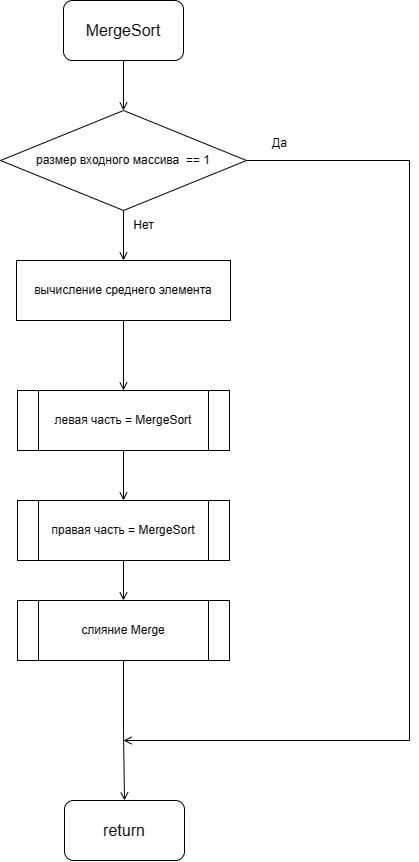
Before: Diagrams/MergeSortpng.png, a diagram exported from draw.io (alrx31/ExamineConstructor). Source tidied: cells renumbered, new cells last; positions are measured from the earlier drawing's top-left corner, leaving out a move shared by most shapes. Its diagram source:
```xml
<mxGraphModel>
  <root>
    <mxCell id="0" />
    <mxCell id="1" parent="0" />
    <mxCell id="2" style="edgeStyle=orthogonalEdgeStyle;rounded=0;jettySize=auto;html=1;endArrow=open;endFill=0;" parent="1" edge="1" source="3" target="6">
      <mxGeometry relative="1" as="geometry" />
    </mxCell>
    <mxCell id="3" value="&lt;font style=&quot;font-size: 16px;&quot;&gt;MergeSort&lt;/font&gt;" style="rounded=1;whiteSpace=wrap;html=1;" parent="1" vertex="1">
      <mxGeometry x="63" width="120" height="60" as="geometry" />
    </mxCell>
    <mxCell id="4" style="edgeStyle=orthogonalEdgeStyle;rounded=0;jettySize=auto;html=1;exitX=1;exitY=0.5;exitDx=0;exitDy=0;endArrow=open;endFill=0;" parent="1" edge="1" source="6">
      <mxGeometry relative="1" as="geometry">
        <mxPoint x="123" y="740" as="targetPoint" />
        <Array as="points">
          <mxPoint x="409" y="160" />
          <mxPoint x="409" y="740" />
          <mxPoint x="123" y="740" />
        </Array>
      </mxGeometry>
    </mxCell>
    <mxCell id="5" style="edgeStyle=orthogonalEdgeStyle;rounded=0;jettySize=auto;html=1;endArrow=open;endFill=0;" parent="1" edge="1" source="6" target="10">
      <mxGeometry relative="1" as="geometry" />
    </mxCell>
    <mxCell id="6" value="размер входного массива&amp;nbsp; == 1" style="rhombus;whiteSpace=wrap;html=1;fontSize=12;" parent="1" vertex="1">
      <mxGeometry y="110" width="246" height="100" as="geometry" />
    </mxCell>
    <mxCell id="7" value="&lt;span style=&quot;font-size: 16px;&quot;&gt;return&lt;/span&gt;" style="rounded=1;whiteSpace=wrap;html=1;" parent="1" vertex="1">
      <mxGeometry x="64" y="800" width="120" height="60" as="geometry" />
    </mxCell>
    <mxCell id="8" value="Да" style="text;html=1;align=center;verticalAlign=middle;strokeColor=none;fillColor=none;" parent="1" vertex="1">
      <mxGeometry x="259" y="128" width="40" height="30" as="geometry" />
    </mxCell>
    <mxCell id="9" style="edgeStyle=orthogonalEdgeStyle;rounded=0;jettySize=auto;html=1;endArrow=open;endFill=0;" parent="1" edge="1" source="10" target="13">
      <mxGeometry relative="1" as="geometry" />
    </mxCell>
    <mxCell id="10" value="вычисление среднего элемента" style="rounded=0;whiteSpace=wrap;html=1;" parent="1" vertex="1">
      <mxGeometry x="16" y="260" width="214" height="60" as="geometry" />
    </mxCell>
    <mxCell id="11" value="Нет" style="text;html=1;align=center;verticalAlign=middle;strokeColor=none;fillColor=none;" parent="1" vertex="1">
      <mxGeometry x="123" y="210" width="40" height="30" as="geometry" />
    </mxCell>
    <mxCell id="12" style="edgeStyle=orthogonalEdgeStyle;rounded=0;jettySize=auto;html=1;endArrow=open;endFill=0;" parent="1" edge="1" source="13" target="15">
      <mxGeometry relative="1" as="geometry" />
    </mxCell>
    <mxCell id="13" value="левая часть = MergeSort" style="shape=process;whiteSpace=wrap;html=1;backgroundOutline=1;" parent="1" vertex="1">
      <mxGeometry x="17" y="390" width="212" height="60" as="geometry" />
    </mxCell>
    <mxCell id="14" style="edgeStyle=orthogonalEdgeStyle;rounded=0;jettySize=auto;html=1;endArrow=open;endFill=0;" parent="1" edge="1" source="15" target="17">
      <mxGeometry relative="1" as="geometry" />
    </mxCell>
    <mxCell id="15" value="правая часть = MergeSort" style="shape=process;whiteSpace=wrap;html=1;backgroundOutline=1;" parent="1" vertex="1">
      <mxGeometry x="17" y="500" width="212" height="60" as="geometry" />
    </mxCell>
    <mxCell id="16" style="edgeStyle=orthogonalEdgeStyle;rounded=0;jettySize=auto;html=1;endArrow=open;endFill=0;" parent="1" edge="1" source="17" target="7">
      <mxGeometry relative="1" as="geometry" />
    </mxCell>
    <mxCell id="17" value="слияние Merge" style="shape=process;whiteSpace=wrap;html=1;backgroundOutline=1;" parent="1" vertex="1">
      <mxGeometry x="17" y="600" width="212" height="60" as="geometry" />
    </mxCell>
  </root>
</mxGraphModel>
```
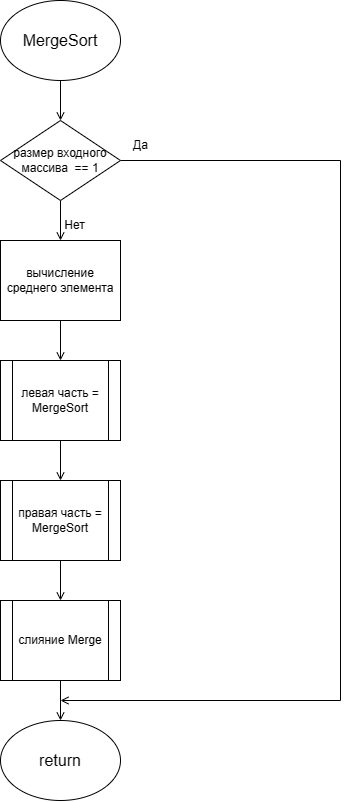
The same diagram one commit later.

What changed in the source:
```diff
@@ -5,16 +5,12 @@
     <mxCell id="2" style="edgeStyle=orthogonalEdgeStyle;rounded=0;jettySize=auto;html=1;endArrow=open;endFill=0;" parent="1" edge="1" source="3" target="6">
       <mxGeometry relative="1" as="geometry" />
     </mxCell>
-    <mxCell id="3" value="&lt;font style=&quot;font-size: 16px;&quot;&gt;MergeSort&lt;/font&gt;" style="rounded=1;whiteSpace=wrap;html=1;" parent="1" vertex="1">
-      <mxGeometry x="63" width="120" height="60" as="geometry" />
-    </mxCell>
     <mxCell id="4" style="edgeStyle=orthogonalEdgeStyle;rounded=0;jettySize=auto;html=1;exitX=1;exitY=0.5;exitDx=0;exitDy=0;endArrow=open;endFill=0;" parent="1" edge="1" source="6">
       <mxGeometry relative="1" as="geometry">
-        <mxPoint x="123" y="740" as="targetPoint" />
+        <mxPoint x="-31" y="687" as="targetPoint" />
         <Array as="points">
-          <mxPoint x="409" y="160" />
-          <mxPoint x="409" y="740" />
-          <mxPoint x="123" y="740" />
+          <mxPoint x="249" y="147" />
+          <mxPoint x="249" y="687" />
         </Array>
       </mxGeometry>
     </mxCell>
@@ -22,40 +18,43 @@
       <mxGeometry relative="1" as="geometry" />
     </mxCell>
     <mxCell id="6" value="размер входного массива&amp;nbsp; == 1" style="rhombus;whiteSpace=wrap;html=1;fontSize=12;" parent="1" vertex="1">
-      <mxGeometry y="110" width="246" height="100" as="geometry" />
+      <mxGeometry x="-91" y="107" width="120" height="80" as="geometry" />
     </mxCell>
-    <mxCell id="7" value="&lt;span style=&quot;font-size: 16px;&quot;&gt;return&lt;/span&gt;" style="rounded=1;whiteSpace=wrap;html=1;" parent="1" vertex="1">
-      <mxGeometry x="64" y="800" width="120" height="60" as="geometry" />
-    </mxCell>
     <mxCell id="8" value="Да" style="text;html=1;align=center;verticalAlign=middle;strokeColor=none;fillColor=none;" parent="1" vertex="1">
-      <mxGeometry x="259" y="128" width="40" height="30" as="geometry" />
+      <mxGeometry x="29" y="117" width="40" height="30" as="geometry" />
     </mxCell>
     <mxCell id="9" style="edgeStyle=orthogonalEdgeStyle;rounded=0;jettySize=auto;html=1;endArrow=open;endFill=0;" parent="1" edge="1" source="10" target="13">
       <mxGeometry relative="1" as="geometry" />
     </mxCell>
     <mxCell id="10" value="вычисление среднего элемента" style="rounded=0;whiteSpace=wrap;html=1;" parent="1" vertex="1">
-      <mxGeometry x="16" y="260" width="214" height="60" as="geometry" />
+      <mxGeometry x="-91" y="227" width="120" height="80" as="geometry" />
     </mxCell>
     <mxCell id="11" value="Нет" style="text;html=1;align=center;verticalAlign=middle;strokeColor=none;fillColor=none;" parent="1" vertex="1">
-      <mxGeometry x="123" y="210" width="40" height="30" as="geometry" />
+      <mxGeometry x="-37" y="197" width="40" height="30" as="geometry" />
     </mxCell>
     <mxCell id="12" style="edgeStyle=orthogonalEdgeStyle;rounded=0;jettySize=auto;html=1;endArrow=open;endFill=0;" parent="1" edge="1" source="13" target="15">
       <mxGeometry relative="1" as="geometry" />
     </mxCell>
     <mxCell id="13" value="левая часть = MergeSort" style="shape=process;whiteSpace=wrap;html=1;backgroundOutline=1;" parent="1" vertex="1">
-      <mxGeometry x="17" y="390" width="212" height="60" as="geometry" />
+      <mxGeometry x="-91" y="347" width="120" height="80" as="geometry" />
     </mxCell>
     <mxCell id="14" style="edgeStyle=orthogonalEdgeStyle;rounded=0;jettySize=auto;html=1;endArrow=open;endFill=0;" parent="1" edge="1" source="15" target="17">
       <mxGeometry relative="1" as="geometry" />
     </mxCell>
     <mxCell id="15" value="правая часть = MergeSort" style="shape=process;whiteSpace=wrap;html=1;backgroundOutline=1;" parent="1" vertex="1">
-      <mxGeometry x="17" y="500" width="212" height="60" as="geometry" />
+      <mxGeometry x="-91" y="467" width="120" height="80" as="geometry" />
     </mxCell>
     <mxCell id="16" style="edgeStyle=orthogonalEdgeStyle;rounded=0;jettySize=auto;html=1;endArrow=open;endFill=0;" parent="1" edge="1" source="17" target="7">
       <mxGeometry relative="1" as="geometry" />
     </mxCell>
     <mxCell id="17" value="слияние Merge" style="shape=process;whiteSpace=wrap;html=1;backgroundOutline=1;" parent="1" vertex="1">
-      <mxGeometry x="17" y="600" width="212" height="60" as="geometry" />
+      <mxGeometry x="-91" y="587" width="120" height="80" as="geometry" />
     </mxCell>
+    <mxCell id="3" value="&lt;span style=&quot;font-size: 16px;&quot;&gt;MergeSort&lt;/span&gt;" style="ellipse;whiteSpace=wrap;html=1;" parent="1" vertex="1">
+      <mxGeometry x="-91" y="-13" width="120" height="80" as="geometry" />
+    </mxCell>
+    <mxCell id="7" value="&lt;span style=&quot;font-size: 16px;&quot;&gt;return&lt;/span&gt;" style="ellipse;whiteSpace=wrap;html=1;" parent="1" vertex="1">
+      <mxGeometry x="-91" y="707" width="120" height="80" as="geometry" />
+    </mxCell>
   </root>
 </mxGraphModel>
```
